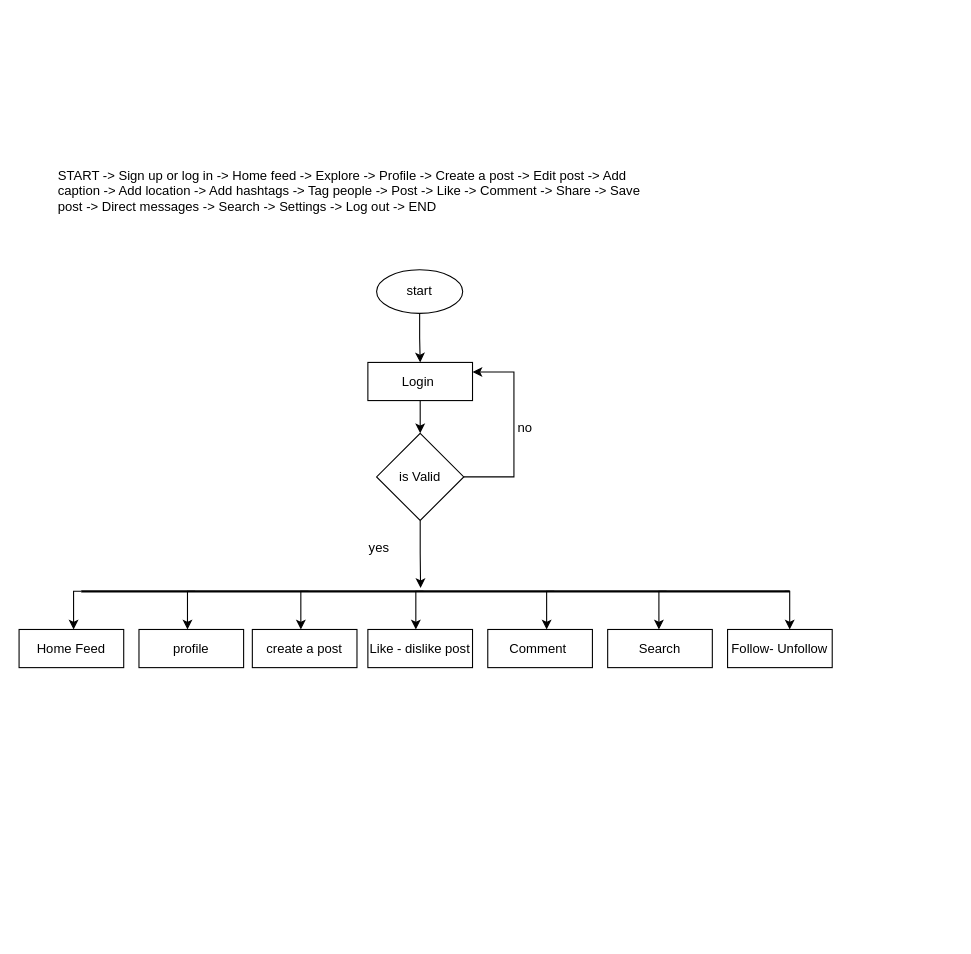
The draw.io diagram systemFlow.drawio in yashprajapati26/Instagram-Clone-MEAN, before the edit. Source tidied: cells renumbered, new cells numbered last; positions are measured from the earlier drawing's top-left corner, leaving out a move shared by most shapes. Both pictures are drawn from the tidied source at 109%, with x=0, y=0 at pixel (19, 160).
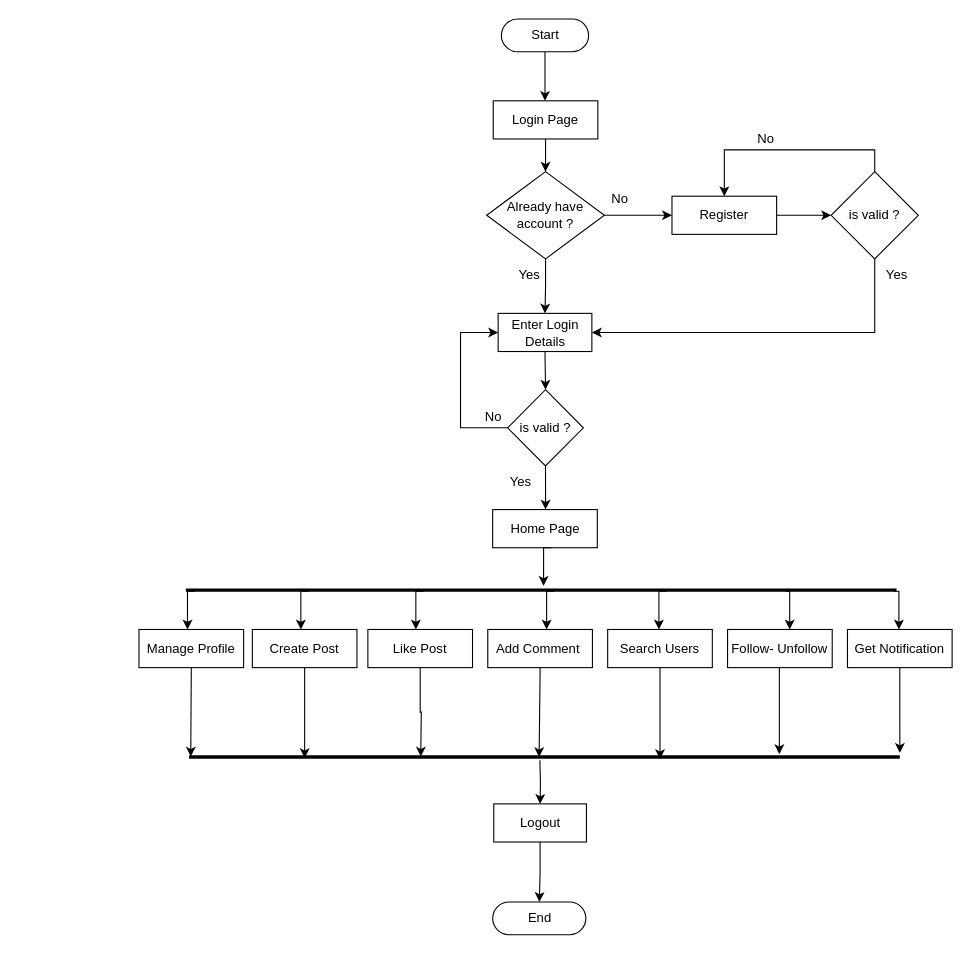
The same diagram, later.

The change refers to these unchanged cells:
```xml
<mxCell id="20" value="Follow- Unfollow" style="whiteSpace=wrap;html=1;" parent="1" vertex="1">
  <mxGeometry x="650" y="430" width="96" height="35" as="geometry" />
</mxCell>
```

Change to the diagram source:
```diff
@@
-    <mxCell id="2" value="START -&gt; Sign up or log in -&gt; Home feed -&gt; Explore -&gt; Profile -&gt; Create a post -&gt; Edit post -&gt; Add caption -&gt; Add location -&gt; Add hashtags -&gt; Tag people -&gt; Post -&gt; Like -&gt; Comment -&gt; Share -&gt; Save post -&gt; Direct messages -&gt; Search -&gt; Settings -&gt; Log out -&gt; END" style="text;whiteSpace=wrap;html=1;" parent="1" vertex="1">
-      <mxGeometry x="34" width="560" height="70" as="geometry" />
-    </mxCell>
-    <mxCell id="3" style="edgeStyle=orthogonalEdgeStyle;rounded=0;jettySize=auto;html=1;" parent="1" edge="1" source="4" target="6">
-      <mxGeometry relative="1" as="geometry" />
+    <mxCell id="3" style="edgeStyle=orthogonalEdgeStyle;rounded=0;jettySize=auto;html=1;" parent="1" edge="1" target="6">
+      <mxGeometry relative="1" as="geometry">
+        <mxPoint x="482.5" y="-100" as="sourcePoint" />
+      </mxGeometry>
     </mxCell>
-    <mxCell id="4" value="start" style="ellipse;whiteSpace=wrap;html=1;" parent="1" vertex="1">
-      <mxGeometry x="328" y="100" width="79" height="40" as="geometry" />
-    </mxCell>
@@
-    <mxCell id="6" value="Login&amp;nbsp;" style="whiteSpace=wrap;html=1;" parent="1" vertex="1">
-      <mxGeometry x="320" y="185" width="96" height="35" as="geometry" />
+    <mxCell id="6" value="Login Page" style="whiteSpace=wrap;html=1;" parent="1" vertex="1">
+      <mxGeometry x="435" y="-55" width="96" height="35" as="geometry" />
     </mxCell>
-    <mxCell id="7" style="edgeStyle=orthogonalEdgeStyle;rounded=0;jettySize=auto;html=1;entryX=0.479;entryY=0.2;entryDx=0;entryDy=0;entryPerimeter=0;" parent="1" edge="1" source="9" target="11">
-      <mxGeometry relative="1" as="geometry" />
-    </mxCell>
-    <mxCell id="8" style="edgeStyle=orthogonalEdgeStyle;rounded=0;jettySize=auto;html=1;entryX=1;entryY=0.25;entryDx=0;entryDy=0;" parent="1" edge="1" source="9" target="6">
-      <mxGeometry relative="1" as="geometry">
-        <Array as="points">
-          <mxPoint x="454" y="290" />
-          <mxPoint x="454" y="194" />
-        </Array>
-      </mxGeometry>
-    </mxCell>
+    <mxCell id="27" style="edgeStyle=orthogonalEdgeStyle;rounded=0;jettySize=auto;html=1;entryX=0;entryY=0.5;entryDx=0;entryDy=0;" parent="1" edge="1" source="9" target="38">
+      <mxGeometry relative="1" as="geometry" />
+    </mxCell>
+    <mxCell id="28" style="edgeStyle=orthogonalEdgeStyle;rounded=0;jettySize=auto;html=1;entryX=0.5;entryY=0;entryDx=0;entryDy=0;" parent="1" edge="1" source="9" target="45">
+      <mxGeometry relative="1" as="geometry" />
+    </mxCell>
-    <mxCell id="9" value="is Valid" style="rhombus;whiteSpace=wrap;html=1;" parent="1" vertex="1">
-      <mxGeometry x="328" y="250" width="80" height="80" as="geometry" />
+    <mxCell id="9" value="Already have account ?" style="rhombus;whiteSpace=wrap;html=1;" parent="1" vertex="1">
+      <mxGeometry x="429" y="10" width="108" height="80" as="geometry" />
     </mxCell>
-    <mxCell id="10" style="edgeStyle=orthogonalEdgeStyle;rounded=0;jettySize=auto;html=1;exitX=0;exitY=0.5;exitDx=0;exitDy=0;exitPerimeter=0;" parent="1" edge="1" source="11">
-      <mxGeometry relative="1" as="geometry">
-        <mxPoint x="50" y="430" as="targetPoint" />
-      </mxGeometry>
-    </mxCell>
-    <mxCell id="11" style="line;strokeWidth=2;html=1;" parent="1" vertex="1">
-      <mxGeometry x="57" y="390" width="650" height="10" as="geometry" />
-    </mxCell>
-    <mxCell id="12" value="yes" style="text;html=1;align=center;verticalAlign=middle;strokeColor=none;fillColor=none;" parent="1" vertex="1">
-      <mxGeometry x="310" y="340" width="40" height="30" as="geometry" />
+    <mxCell id="12" value="Yes" style="text;html=1;align=center;verticalAlign=middle;strokeColor=none;fillColor=none;" parent="1" vertex="1">
+      <mxGeometry x="448.2" y="90" width="40" height="30" as="geometry" />
     </mxCell>
-    <mxCell id="13" value="no" style="text;html=1;align=center;verticalAlign=middle;strokeColor=none;fillColor=none;" parent="1" vertex="1">
-      <mxGeometry x="444" y="230" width="40" height="30" as="geometry" />
+    <mxCell id="13" value="No" style="text;html=1;align=center;verticalAlign=middle;strokeColor=none;fillColor=none;" parent="1" vertex="1">
+      <mxGeometry x="531" y="20" width="40" height="30" as="geometry" />
     </mxCell>
-    <mxCell id="14" value="Home Feed" style="whiteSpace=wrap;html=1;" parent="1" vertex="1">
-      <mxGeometry y="430" width="96" height="35" as="geometry" />
-    </mxCell>
+    <mxCell id="29" style="edgeStyle=orthogonalEdgeStyle;rounded=0;jettySize=auto;html=1;exitX=0.5;exitY=1;exitDx=0;exitDy=0;entryX=0.022;entryY=0.657;entryDx=0;entryDy=0;entryPerimeter=0;" parent="1" edge="1" source="15">
+      <mxGeometry relative="1" as="geometry">
+        <mxPoint x="157.5" y="546.6" as="targetPoint" />
+      </mxGeometry>
+    </mxCell>
-    <mxCell id="15" value="profile" style="whiteSpace=wrap;html=1;" parent="1" vertex="1">
+    <mxCell id="15" value="Manage Profile" style="whiteSpace=wrap;html=1;" parent="1" vertex="1">
       <mxGeometry x="110" y="430" width="96" height="35" as="geometry" />
     </mxCell>
+    <mxCell id="30" style="edgeStyle=orthogonalEdgeStyle;rounded=0;orthogonalLoop=1;jettySize=auto;html=1;" parent="1" edge="1">
+      <mxGeometry relative="1" as="geometry">
+        <mxPoint x="262" y="463" as="sourcePoint" />
+        <mxPoint x="262" y="548" as="targetPoint" />
+      </mxGeometry>
+    </mxCell>
-    <mxCell id="16" value="create a post" style="whiteSpace=wrap;html=1;" parent="1" vertex="1">
+    <mxCell id="16" value="Create Post" style="whiteSpace=wrap;html=1;" parent="1" vertex="1">
       <mxGeometry x="214" y="430" width="96" height="35" as="geometry" />
     </mxCell>
+    <mxCell id="31" style="edgeStyle=orthogonalEdgeStyle;rounded=0;jettySize=auto;html=1;entryX=0.337;entryY=0.657;entryDx=0;entryDy=0;entryPerimeter=0;" parent="1" edge="1" source="17">
+      <mxGeometry relative="1" as="geometry">
+        <mxPoint x="368.5" y="546.6" as="targetPoint" />
+      </mxGeometry>
+    </mxCell>
-    <mxCell id="17" value="Like - dislike post" style="whiteSpace=wrap;html=1;" parent="1" vertex="1">
+    <mxCell id="17" value="Like Post" style="whiteSpace=wrap;html=1;" parent="1" vertex="1">
       <mxGeometry x="320" y="430" width="96" height="35" as="geometry" />
     </mxCell>
+    <mxCell id="32" style="edgeStyle=orthogonalEdgeStyle;rounded=0;jettySize=auto;html=1;entryX=0.499;entryY=0.213;entryDx=0;entryDy=0;entryPerimeter=0;exitX=0.5;exitY=1;exitDx=0;exitDy=0;" parent="1" edge="1" source="18">
+      <mxGeometry relative="1" as="geometry">
+        <mxPoint x="477.1" y="547.1" as="targetPoint" />
+        <Array as="points">
+          <mxPoint x="478" y="470" />
+          <mxPoint x="477" y="470" />
+        </Array>
+      </mxGeometry>
+    </mxCell>
-    <mxCell id="18" value="Comment&amp;nbsp;" style="whiteSpace=wrap;html=1;" parent="1" vertex="1">
+    <mxCell id="18" value="Add Comment&amp;nbsp;" style="whiteSpace=wrap;html=1;" parent="1" vertex="1">
       <mxGeometry x="430" y="430" width="96" height="35" as="geometry" />
     </mxCell>
+    <mxCell id="33" style="edgeStyle=orthogonalEdgeStyle;rounded=0;orthogonalLoop=1;jettySize=auto;html=1;" parent="1" edge="1">
+      <mxGeometry relative="1" as="geometry">
+        <mxPoint x="591" y="464" as="sourcePoint" />
+        <mxPoint x="588" y="549" as="targetPoint" />
+        <Array as="points">
+          <mxPoint x="588" y="464" />
+        </Array>
+      </mxGeometry>
+    </mxCell>
-    <mxCell id="19" value="Search" style="whiteSpace=wrap;html=1;" parent="1" vertex="1">
+    <mxCell id="19" value="Search Users" style="whiteSpace=wrap;html=1;" parent="1" vertex="1">
       <mxGeometry x="540" y="430" width="96" height="35" as="geometry" />
     </mxCell>
+    <mxCell id="34" style="edgeStyle=orthogonalEdgeStyle;rounded=0;jettySize=auto;html=1;entryX=0.828;entryY=0.435;entryDx=0;entryDy=0;entryPerimeter=0;" parent="1" edge="1" source="20">
+      <mxGeometry relative="1" as="geometry">
+        <mxPoint x="697.5" y="544.4" as="targetPoint" />
+      </mxGeometry>
+    </mxCell>
@@
+    <mxCell id="35" style="edgeStyle=orthogonalEdgeStyle;rounded=0;jettySize=auto;html=1;entryX=0.993;entryY=0.321;entryDx=0;entryDy=0;entryPerimeter=0;" parent="1" edge="1" source="36">
+      <mxGeometry relative="1" as="geometry">
+        <mxPoint x="808.1" y="543.2" as="targetPoint" />
+      </mxGeometry>
+    </mxCell>
+    <mxCell id="36" value="Get Notification" style="whiteSpace=wrap;html=1;" parent="1" vertex="1">
+      <mxGeometry x="760" y="430" width="96" height="35" as="geometry" />
+    </mxCell>
+    <mxCell id="37" style="edgeStyle=orthogonalEdgeStyle;rounded=0;jettySize=auto;html=1;exitX=1;exitY=0.5;exitDx=0;exitDy=0;" parent="1" edge="1" source="38">
+      <mxGeometry relative="1" as="geometry">
+        <mxPoint x="745" y="50" as="targetPoint" />
+      </mxGeometry>
+    </mxCell>
+    <mxCell id="38" value="Register" style="whiteSpace=wrap;html=1;" parent="1" vertex="1">
+      <mxGeometry x="599" y="32.5" width="96" height="35" as="geometry" />
+    </mxCell>
+    <mxCell id="39" style="edgeStyle=orthogonalEdgeStyle;rounded=0;jettySize=auto;html=1;exitX=0.5;exitY=1;exitDx=0;exitDy=0;entryX=1;entryY=0.5;entryDx=0;entryDy=0;" parent="1" edge="1" source="41" target="45">
+      <mxGeometry relative="1" as="geometry" />
+    </mxCell>
+    <mxCell id="40" style="edgeStyle=orthogonalEdgeStyle;rounded=0;jettySize=auto;html=1;exitX=0.5;exitY=0;exitDx=0;exitDy=0;entryX=0.5;entryY=0;entryDx=0;entryDy=0;" parent="1" edge="1" source="41" target="38">
+      <mxGeometry relative="1" as="geometry" />
+    </mxCell>
+    <mxCell id="41" value="is valid ?" style="rhombus;whiteSpace=wrap;html=1;" parent="1" vertex="1">
+      <mxGeometry x="745" y="10" width="80" height="80" as="geometry" />
+    </mxCell>
+    <mxCell id="42" value="Yes&lt;br&gt;" style="text;html=1;align=center;verticalAlign=middle;strokeColor=none;fillColor=none;" parent="1" vertex="1">
+      <mxGeometry x="785" y="90" width="40" height="30" as="geometry" />
+    </mxCell>
+    <mxCell id="43" value="No" style="text;html=1;align=center;verticalAlign=middle;strokeColor=none;fillColor=none;" parent="1" vertex="1">
+      <mxGeometry x="665" y="-35" width="40" height="30" as="geometry" />
+    </mxCell>
+    <mxCell id="44" style="edgeStyle=orthogonalEdgeStyle;rounded=0;jettySize=auto;html=1;exitX=0.5;exitY=1;exitDx=0;exitDy=0;" parent="1" edge="1" source="45">
+      <mxGeometry relative="1" as="geometry">
+        <mxPoint x="483" y="210" as="targetPoint" />
+      </mxGeometry>
+    </mxCell>
+    <mxCell id="45" value="Enter Login Details" style="whiteSpace=wrap;html=1;" parent="1" vertex="1">
+      <mxGeometry x="439.5" y="140" width="86" height="35" as="geometry" />
+    </mxCell>
+    <mxCell id="46" style="edgeStyle=orthogonalEdgeStyle;rounded=0;jettySize=auto;html=1;exitX=0;exitY=0.5;exitDx=0;exitDy=0;entryX=0;entryY=0.5;entryDx=0;entryDy=0;" parent="1" edge="1" source="48" target="45">
+      <mxGeometry relative="1" as="geometry">
+        <Array as="points">
+          <mxPoint x="405" y="245" />
+          <mxPoint x="405" y="158" />
+        </Array>
+      </mxGeometry>
+    </mxCell>
+    <mxCell id="47" style="edgeStyle=orthogonalEdgeStyle;rounded=0;jettySize=auto;html=1;exitX=0.5;exitY=1;exitDx=0;exitDy=0;" parent="1" edge="1" source="48">
+      <mxGeometry relative="1" as="geometry">
+        <mxPoint x="483" y="320" as="targetPoint" />
+      </mxGeometry>
+    </mxCell>
+    <mxCell id="48" value="is valid ?" style="rhombus;whiteSpace=wrap;html=1;" parent="1" vertex="1">
+      <mxGeometry x="448.2" y="210" width="69.5" height="70" as="geometry" />
+    </mxCell>
+    <mxCell id="49" value="Yes" style="text;html=1;align=center;verticalAlign=middle;strokeColor=none;fillColor=none;" parent="1" vertex="1">
+      <mxGeometry x="439.5" y="280" width="40" height="30" as="geometry" />
+    </mxCell>
+    <mxCell id="50" value="No" style="text;html=1;align=center;verticalAlign=middle;strokeColor=none;fillColor=none;" parent="1" vertex="1">
+      <mxGeometry x="415" y="220" width="40" height="30" as="geometry" />
+    </mxCell>
+    <mxCell id="51" value="Home Page" style="whiteSpace=wrap;html=1;" parent="1" vertex="1">
+      <mxGeometry x="434.5" y="320" width="96" height="35" as="geometry" />
+    </mxCell>
+    <mxCell id="52" value="End" style="html=1;dashed=0;whiteSpace=wrap;shape=mxgraph.dfd.start;" parent="1" vertex="1">
+      <mxGeometry x="434.5" y="680" width="85.5" height="30" as="geometry" />
+    </mxCell>
+    <mxCell id="53" style="edgeStyle=orthogonalEdgeStyle;rounded=0;jettySize=auto;html=1;" parent="1" edge="1" target="56">
+      <mxGeometry relative="1" as="geometry">
+        <mxPoint x="477.8" y="550" as="sourcePoint" />
+      </mxGeometry>
+    </mxCell>
+    <mxCell id="54" style="edgeStyle=orthogonalEdgeStyle;rounded=0;orthogonalLoop=1;jettySize=auto;html=1;exitX=0;exitY=0.5;exitDx=0;exitDy=0;exitPerimeter=0;" parent="1" edge="1">
+      <mxGeometry relative="1" as="geometry">
+        <mxPoint x="488.2" y="355" as="sourcePoint" />
+        <mxPoint x="481.2" y="390" as="targetPoint" />
+      </mxGeometry>
+    </mxCell>
+    <mxCell id="55" style="edgeStyle=orthogonalEdgeStyle;rounded=0;jettySize=auto;html=1;" parent="1" edge="1" source="56" target="52">
+      <mxGeometry relative="1" as="geometry" />
+    </mxCell>
+    <mxCell id="56" value="Logout" style="whiteSpace=wrap;html=1;" parent="1" vertex="1">
+      <mxGeometry x="435.5" y="590" width="85" height="35" as="geometry" />
+    </mxCell>
+    <mxCell id="57" value="Start" style="html=1;dashed=0;whiteSpace=wrap;shape=mxgraph.dfd.start;" parent="1" vertex="1">
+      <mxGeometry x="442.5" y="-130" width="80" height="30" as="geometry" />
+    </mxCell>
+    <mxCell id="58" style="edgeStyle=orthogonalEdgeStyle;rounded=0;orthogonalLoop=1;jettySize=auto;html=1;" parent="1" edge="1">
+      <mxGeometry relative="1" as="geometry">
+        <mxPoint x="802.8" y="395" as="sourcePoint" />
+        <mxPoint x="807.2" y="430" as="targetPoint" />
+      </mxGeometry>
+    </mxCell>
+    <mxCell id="59" style="endArrow=none;startArrow=none;endFill=0;startFill=0;endSize=8;html=1;verticalAlign=bottom;labelBackgroundColor=none;strokeWidth=3;rounded=0;" parent="1" edge="1">
+      <mxGeometry relative="1" as="geometry">
+        <mxPoint x="153" y="394" as="sourcePoint" />
+        <mxPoint x="805" y="394" as="targetPoint" />
+      </mxGeometry>
+    </mxCell>
+    <mxCell id="60" style="endArrow=none;startArrow=none;endFill=0;startFill=0;endSize=8;html=1;verticalAlign=bottom;labelBackgroundColor=none;strokeWidth=3;rounded=0;" parent="1" edge="1">
+      <mxGeometry relative="1" as="geometry">
+        <mxPoint x="156" y="547" as="sourcePoint" />
+        <mxPoint x="808" y="547" as="targetPoint" />
+      </mxGeometry>
+    </mxCell>
```
